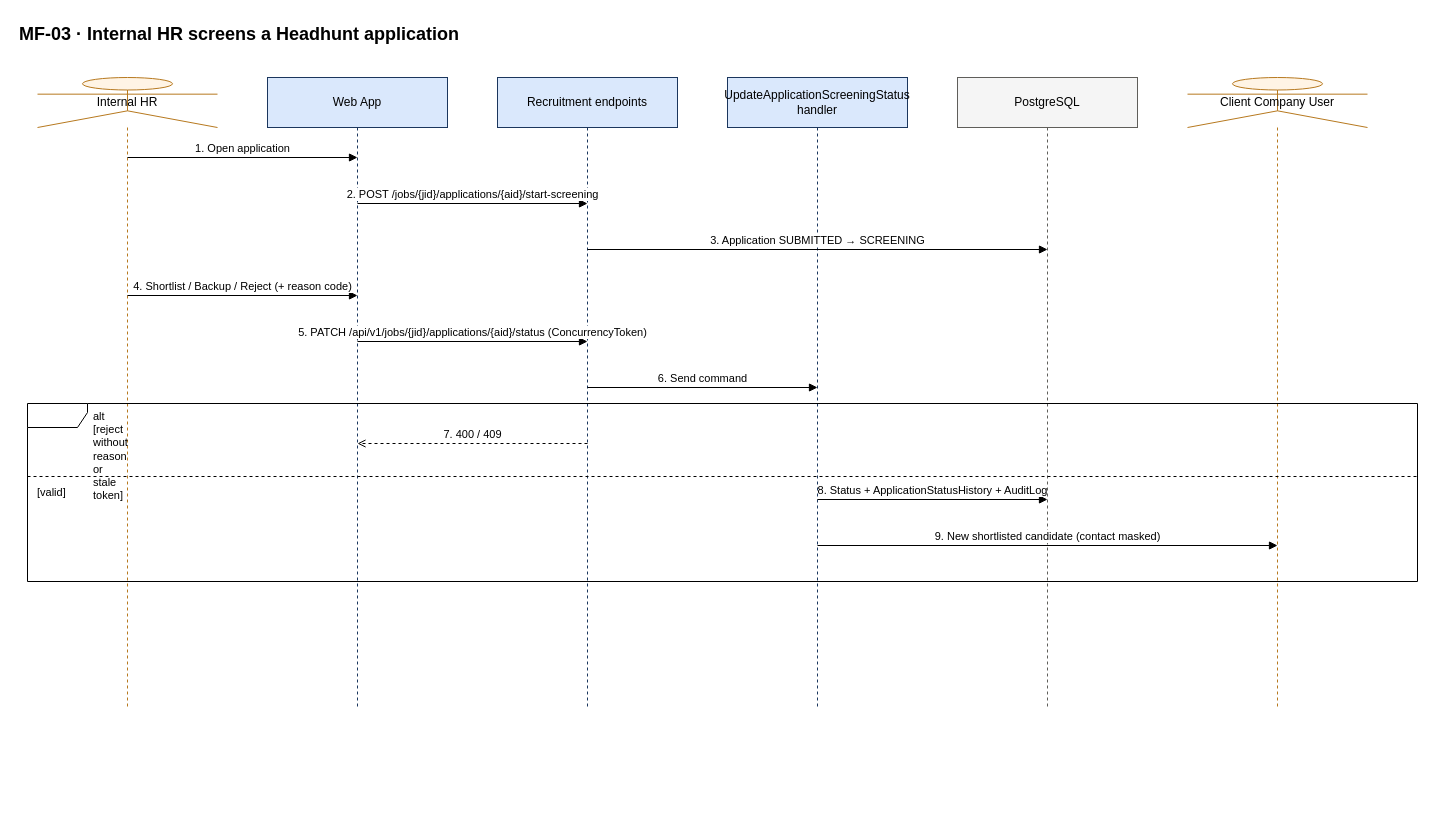
hoangqui794/hr-connect keeps this draw.io diagram as docs/diagrams/sequences/source/seq-mf03-hr-screening.drawio. Above is the earlier version. Source tidied: cells renumbered, new cells numbered last; positions are measured from the earlier drawing's top-left corner, leaving out a move shared by most shapes. Both pictures are drawn from the tidied source at 100%, with x=0, y=0 at pixel (17, 17).
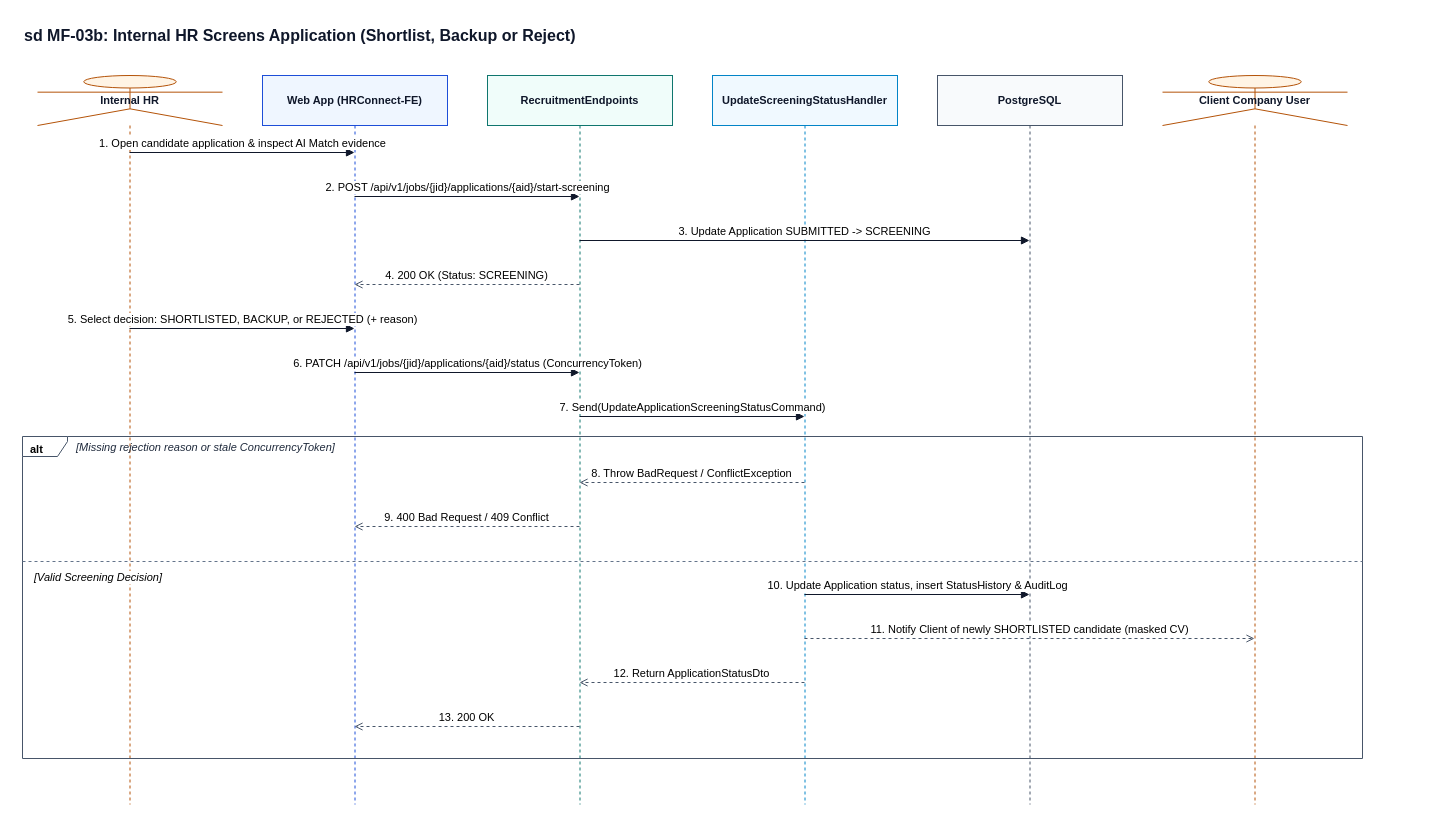
The same page after the edit.

Diff of the diagram source:
```diff
@@
-    <mxCell id="2" value="MF-03 · Internal HR screens a Headhunt application" style="text;html=1;fontSize=18;fontStyle=1;align=left;" parent="1" vertex="1">
-      <mxGeometry width="1420" height="30" as="geometry" />
+    <mxCell id="2" value="sd MF-03b: Internal HR Screens Application (Shortlist, Backup or Reject)" style="text;html=1;fontSize=16;fontStyle=1;align=left;fontFamily=Helvetica;fontColor=#0F172A;" parent="1" vertex="1">
+      <mxGeometry x="5" y="2" width="1350" height="28" as="geometry" />
     </mxCell>
-    <mxCell id="3" value="Internal HR" style="shape=umlLifeline;participant=umlActor;perimeter=lifelinePerimeter;whiteSpace=wrap;html=1;size=50;fillColor=#FFF4E5;strokeColor=#B7791F;" parent="1" vertex="1">
-      <mxGeometry x="20" y="60" width="180" height="632" as="geometry" />
+    <mxCell id="3" value="Internal HR" style="shape=umlLifeline;participant=umlActor;perimeter=lifelinePerimeter;whiteSpace=wrap;html=1;size=50;fillColor=#FFF4E5;strokeColor=#B45309;fontStyle=1;fontSize=11;fontFamily=Helvetica;fontColor=#0F172A;" parent="1" vertex="1">
+      <mxGeometry x="20" y="58" width="185" height="729" as="geometry" />
     </mxCell>
-    <mxCell id="4" value="Web App" style="shape=umlLifeline;perimeter=lifelinePerimeter;whiteSpace=wrap;html=1;size=50;fillColor=#DAE8FC;strokeColor=#1B365D;" parent="1" vertex="1">
-      <mxGeometry x="250" y="60" width="180" height="632" as="geometry" />
+    <mxCell id="4" value="Web App (HRConnect-FE)" style="shape=umlLifeline;perimeter=lifelinePerimeter;whiteSpace=wrap;html=1;size=50;fillColor=#EFF6FF;strokeColor=#1D4ED8;fontStyle=1;fontSize=11;fontFamily=Helvetica;fontColor=#0F172A;" parent="1" vertex="1">
+      <mxGeometry x="245" y="58" width="185" height="729" as="geometry" />
     </mxCell>
-    <mxCell id="5" value="Recruitment endpoints" style="shape=umlLifeline;perimeter=lifelinePerimeter;whiteSpace=wrap;html=1;size=50;fillColor=#DAE8FC;strokeColor=#1B365D;" parent="1" vertex="1">
-      <mxGeometry x="480" y="60" width="180" height="632" as="geometry" />
+    <mxCell id="5" value="RecruitmentEndpoints" style="shape=umlLifeline;perimeter=lifelinePerimeter;whiteSpace=wrap;html=1;size=50;fillColor=#F0FDFA;strokeColor=#0F766E;fontStyle=1;fontSize=11;fontFamily=Helvetica;fontColor=#0F172A;" parent="1" vertex="1">
+      <mxGeometry x="470" y="58" width="185" height="729" as="geometry" />
     </mxCell>
-    <mxCell id="6" value="UpdateApplicationScreeningStatus handler" style="shape=umlLifeline;perimeter=lifelinePerimeter;whiteSpace=wrap;html=1;size=50;fillColor=#DAE8FC;strokeColor=#1B365D;" parent="1" vertex="1">
-      <mxGeometry x="710" y="60" width="180" height="632" as="geometry" />
+    <mxCell id="6" value="UpdateScreeningStatusHandler" style="shape=umlLifeline;perimeter=lifelinePerimeter;whiteSpace=wrap;html=1;size=50;fillColor=#F0F9FF;strokeColor=#0284C7;fontStyle=1;fontSize=11;fontFamily=Helvetica;fontColor=#0F172A;" parent="1" vertex="1">
+      <mxGeometry x="695" y="58" width="185" height="729" as="geometry" />
     </mxCell>
-    <mxCell id="7" value="PostgreSQL" style="shape=umlLifeline;perimeter=lifelinePerimeter;whiteSpace=wrap;html=1;size=50;fillColor=#F5F5F5;strokeColor=#5F5E5A;" parent="1" vertex="1">
-      <mxGeometry x="940" y="60" width="180" height="632" as="geometry" />
+    <mxCell id="7" value="PostgreSQL" style="shape=umlLifeline;perimeter=lifelinePerimeter;whiteSpace=wrap;html=1;size=50;fillColor=#F8FAFC;strokeColor=#475569;fontStyle=1;fontSize=11;fontFamily=Helvetica;fontColor=#0F172A;" parent="1" vertex="1">
+      <mxGeometry x="920" y="58" width="185" height="729" as="geometry" />
     </mxCell>
-    <mxCell id="8" value="Client Company User" style="shape=umlLifeline;participant=umlActor;perimeter=lifelinePerimeter;whiteSpace=wrap;html=1;size=50;fillColor=#FFF4E5;strokeColor=#B7791F;" parent="1" vertex="1">
-      <mxGeometry x="1170" y="60" width="180" height="632" as="geometry" />
+    <mxCell id="8" value="Client Company User" style="shape=umlLifeline;participant=umlActor;perimeter=lifelinePerimeter;whiteSpace=wrap;html=1;size=50;fillColor=#FFF4E5;strokeColor=#B45309;fontStyle=1;fontSize=11;fontFamily=Helvetica;fontColor=#0F172A;" parent="1" vertex="1">
+      <mxGeometry x="1145" y="58" width="185" height="729" as="geometry" />
     </mxCell>
-    <mxCell id="9" value="1. Open application" style="html=1;verticalAlign=bottom;endArrow=block;endFill=1;fontSize=11;labelBackgroundColor=#FFFFFF;" parent="1" edge="1">
-      <mxGeometry relative="1" as="geometry">
-        <mxPoint x="110" y="140" as="sourcePoint" />
-        <mxPoint x="340" y="140" as="targetPoint" />
-      </mxGeometry>
-    </mxCell>
-    <mxCell id="10" value="2. POST /jobs/{jid}/applications/{aid}/start-screening" style="html=1;verticalAlign=bottom;endArrow=block;endFill=1;fontSize=11;labelBackgroundColor=#FFFFFF;" parent="1" edge="1">
-      <mxGeometry relative="1" as="geometry">
-        <mxPoint x="340" y="186" as="sourcePoint" />
-        <mxPoint x="570" y="186" as="targetPoint" />
-      </mxGeometry>
-    </mxCell>
-    <mxCell id="11" value="3. Application SUBMITTED → SCREENING" style="html=1;verticalAlign=bottom;endArrow=block;endFill=1;fontSize=11;labelBackgroundColor=#FFFFFF;" parent="1" edge="1">
-      <mxGeometry relative="1" as="geometry">
-        <mxPoint x="570" y="232" as="sourcePoint" />
-        <mxPoint x="1030" y="232" as="targetPoint" />
-      </mxGeometry>
-    </mxCell>
-    <mxCell id="12" value="4. Shortlist / Backup / Reject (+ reason code)" style="html=1;verticalAlign=bottom;endArrow=block;endFill=1;fontSize=11;labelBackgroundColor=#FFFFFF;" parent="1" edge="1">
-      <mxGeometry relative="1" as="geometry">
-        <mxPoint x="110" y="278" as="sourcePoint" />
-        <mxPoint x="340" y="278" as="targetPoint" />
-      </mxGeometry>
-    </mxCell>
-    <mxCell id="13" value="5. PATCH /api/v1/jobs/{jid}/applications/{aid}/status (ConcurrencyToken)" style="html=1;verticalAlign=bottom;endArrow=block;endFill=1;fontSize=11;labelBackgroundColor=#FFFFFF;" parent="1" edge="1">
-      <mxGeometry relative="1" as="geometry">
-        <mxPoint x="340" y="324" as="sourcePoint" />
-        <mxPoint x="570" y="324" as="targetPoint" />
-      </mxGeometry>
-    </mxCell>
-    <mxCell id="14" value="6. Send command" style="html=1;verticalAlign=bottom;endArrow=block;endFill=1;fontSize=11;labelBackgroundColor=#FFFFFF;" parent="1" edge="1">
-      <mxGeometry relative="1" as="geometry">
-        <mxPoint x="570" y="370" as="sourcePoint" />
-        <mxPoint x="800" y="370" as="targetPoint" />
-      </mxGeometry>
-    </mxCell>
-    <mxCell id="15" value="7. 400 / 409" style="html=1;verticalAlign=bottom;dashed=1;endArrow=open;fontSize=11;labelBackgroundColor=#FFFFFF;" parent="1" edge="1">
-      <mxGeometry relative="1" as="geometry">
-        <mxPoint x="570" y="426" as="sourcePoint" />
-        <mxPoint x="340" y="426" as="targetPoint" />
-      </mxGeometry>
-    </mxCell>
-    <mxCell id="16" value="8. Status + ApplicationStatusHistory + AuditLog" style="html=1;verticalAlign=bottom;endArrow=block;endFill=1;fontSize=11;labelBackgroundColor=#FFFFFF;" parent="1" edge="1">
-      <mxGeometry relative="1" as="geometry">
-        <mxPoint x="800" y="482" as="sourcePoint" />
-        <mxPoint x="1030" y="482" as="targetPoint" />
-      </mxGeometry>
-    </mxCell>
-    <mxCell id="17" value="9. New shortlisted candidate (contact masked)" style="html=1;verticalAlign=bottom;endArrow=block;endFill=1;fontSize=11;labelBackgroundColor=#FFFFFF;" parent="1" edge="1">
-      <mxGeometry relative="1" as="geometry">
-        <mxPoint x="800" y="528" as="sourcePoint" />
-        <mxPoint x="1260" y="528" as="targetPoint" />
-      </mxGeometry>
-    </mxCell>
-    <mxCell id="18" value="alt [reject without reason or stale token]" style="shape=umlFrame;whiteSpace=wrap;html=1;width=60;height=24;boundedLbl=1;verticalAlign=top;align=left;spacingLeft=64;fontSize=11;fillColor=none;" parent="1" vertex="1">
-      <mxGeometry x="10" y="386" width="1390" height="178" as="geometry" />
-    </mxCell>
-    <mxCell id="19" value="[valid]" style="line;strokeWidth=1;dashed=1;html=1;align=left;verticalAlign=top;spacingLeft=8;labelPosition=center;fontSize=11;fillColor=none;" parent="1" vertex="1">
-      <mxGeometry x="10" y="454" width="1390" height="10" as="geometry" />
-    </mxCell>
+    <mxCell id="20" value="alt" style="shape=umlFrame;whiteSpace=wrap;html=1;width=45;height=20;boundedLbl=1;verticalAlign=top;align=left;spacingLeft=6;fontStyle=1;fontSize=11;fontFamily=Helvetica;fillColor=none;strokeColor=#475569;" parent="1" vertex="1">
+      <mxGeometry x="5" y="419" width="1340" height="322" as="geometry" />
+    </mxCell>
+    <mxCell id="21" value="[Missing rejection reason or stale ConcurrencyToken]" style="text;html=1;align=left;verticalAlign=middle;fontStyle=2;fontSize=11;fontFamily=Helvetica;fontColor=#1E293B;" parent="1" vertex="1">
+      <mxGeometry x="57" y="420" width="450" height="20" as="geometry" />
+    </mxCell>
+    <mxCell id="22" value="[Valid Screening Decision]" style="line;strokeWidth=1;dashed=1;html=1;align=left;verticalAlign=top;spacingLeft=10;labelPosition=center;fontStyle=2;fontSize=11;fontFamily=Helvetica;fillColor=none;strokeColor=#64748B;labelBackgroundColor=#FFFFFF;" parent="1" vertex="1">
+      <mxGeometry x="5" y="539" width="1340" height="10" as="geometry" />
+    </mxCell>
+    <mxCell id="23" value="1. Open candidate application &amp; inspect AI Match evidence" style="html=1;verticalAlign=bottom;endArrow=block;endFill=1;strokeColor=#0F172A;fontSize=11;fontFamily=Helvetica;labelBackgroundColor=#FFFFFF;" parent="1" edge="1">
+      <mxGeometry relative="1" as="geometry">
+        <mxPoint x="112" y="135" as="sourcePoint" />
+        <mxPoint x="337" y="135" as="targetPoint" />
+      </mxGeometry>
+    </mxCell>
+    <mxCell id="24" value="2. POST /api/v1/jobs/{jid}/applications/{aid}/start-screening" style="html=1;verticalAlign=bottom;endArrow=block;endFill=1;strokeColor=#0F172A;fontSize=11;fontFamily=Helvetica;labelBackgroundColor=#FFFFFF;" parent="1" edge="1">
+      <mxGeometry relative="1" as="geometry">
+        <mxPoint x="337" y="179" as="sourcePoint" />
+        <mxPoint x="562" y="179" as="targetPoint" />
+      </mxGeometry>
+    </mxCell>
+    <mxCell id="25" value="3. Update Application SUBMITTED -&gt; SCREENING" style="html=1;verticalAlign=bottom;endArrow=block;endFill=1;strokeColor=#0F172A;fontSize=11;fontFamily=Helvetica;labelBackgroundColor=#FFFFFF;" parent="1" edge="1">
+      <mxGeometry relative="1" as="geometry">
+        <mxPoint x="562" y="223" as="sourcePoint" />
+        <mxPoint x="1012" y="223" as="targetPoint" />
+      </mxGeometry>
+    </mxCell>
+    <mxCell id="26" value="4. 200 OK (Status: SCREENING)" style="html=1;verticalAlign=bottom;dashed=1;endArrow=open;endFill=0;strokeColor=#475569;fontSize=11;fontFamily=Helvetica;labelBackgroundColor=#FFFFFF;" parent="1" edge="1">
+      <mxGeometry relative="1" as="geometry">
+        <mxPoint x="562" y="267" as="sourcePoint" />
+        <mxPoint x="337" y="267" as="targetPoint" />
+      </mxGeometry>
+    </mxCell>
+    <mxCell id="27" value="5. Select decision: SHORTLISTED, BACKUP, or REJECTED (+ reason)" style="html=1;verticalAlign=bottom;endArrow=block;endFill=1;strokeColor=#0F172A;fontSize=11;fontFamily=Helvetica;labelBackgroundColor=#FFFFFF;" parent="1" edge="1">
+      <mxGeometry relative="1" as="geometry">
+        <mxPoint x="112" y="311" as="sourcePoint" />
+        <mxPoint x="337" y="311" as="targetPoint" />
+      </mxGeometry>
+    </mxCell>
+    <mxCell id="28" value="6. PATCH /api/v1/jobs/{jid}/applications/{aid}/status (ConcurrencyToken)" style="html=1;verticalAlign=bottom;endArrow=block;endFill=1;strokeColor=#0F172A;fontSize=11;fontFamily=Helvetica;labelBackgroundColor=#FFFFFF;" parent="1" edge="1">
+      <mxGeometry relative="1" as="geometry">
+        <mxPoint x="337" y="355" as="sourcePoint" />
+        <mxPoint x="562" y="355" as="targetPoint" />
+      </mxGeometry>
+    </mxCell>
+    <mxCell id="29" value="7. Send(UpdateApplicationScreeningStatusCommand)" style="html=1;verticalAlign=bottom;endArrow=block;endFill=1;strokeColor=#0F172A;fontSize=11;fontFamily=Helvetica;labelBackgroundColor=#FFFFFF;" parent="1" edge="1">
+      <mxGeometry relative="1" as="geometry">
+        <mxPoint x="562" y="399" as="sourcePoint" />
+        <mxPoint x="787" y="399" as="targetPoint" />
+      </mxGeometry>
+    </mxCell>
+    <mxCell id="30" value="8. Throw BadRequest / ConflictException" style="html=1;verticalAlign=bottom;dashed=1;endArrow=open;endFill=0;strokeColor=#475569;fontSize=11;fontFamily=Helvetica;labelBackgroundColor=#FFFFFF;" parent="1" edge="1">
+      <mxGeometry relative="1" as="geometry">
+        <mxPoint x="787" y="465" as="sourcePoint" />
+        <mxPoint x="562" y="465" as="targetPoint" />
+      </mxGeometry>
+    </mxCell>
+    <mxCell id="31" value="9. 400 Bad Request / 409 Conflict" style="html=1;verticalAlign=bottom;dashed=1;endArrow=open;endFill=0;strokeColor=#475569;fontSize=11;fontFamily=Helvetica;labelBackgroundColor=#FFFFFF;" parent="1" edge="1">
+      <mxGeometry relative="1" as="geometry">
+        <mxPoint x="562" y="509" as="sourcePoint" />
+        <mxPoint x="337" y="509" as="targetPoint" />
+      </mxGeometry>
+    </mxCell>
+    <mxCell id="32" value="10. Update Application status, insert StatusHistory &amp; AuditLog" style="html=1;verticalAlign=bottom;endArrow=block;endFill=1;strokeColor=#0F172A;fontSize=11;fontFamily=Helvetica;labelBackgroundColor=#FFFFFF;" parent="1" edge="1">
+      <mxGeometry relative="1" as="geometry">
+        <mxPoint x="787" y="577" as="sourcePoint" />
+        <mxPoint x="1012" y="577" as="targetPoint" />
+      </mxGeometry>
+    </mxCell>
+    <mxCell id="33" value="11. Notify Client of newly SHORTLISTED candidate (masked CV)" style="html=1;verticalAlign=bottom;dashed=1;endArrow=open;endFill=0;strokeColor=#475569;fontSize=11;fontFamily=Helvetica;labelBackgroundColor=#FFFFFF;" parent="1" edge="1">
+      <mxGeometry relative="1" as="geometry">
+        <mxPoint x="787" y="621" as="sourcePoint" />
+        <mxPoint x="1237" y="621" as="targetPoint" />
+      </mxGeometry>
+    </mxCell>
+    <mxCell id="34" value="12. Return ApplicationStatusDto" style="html=1;verticalAlign=bottom;dashed=1;endArrow=open;endFill=0;strokeColor=#475569;fontSize=11;fontFamily=Helvetica;labelBackgroundColor=#FFFFFF;" parent="1" edge="1">
+      <mxGeometry relative="1" as="geometry">
+        <mxPoint x="787" y="665" as="sourcePoint" />
+        <mxPoint x="562" y="665" as="targetPoint" />
+      </mxGeometry>
+    </mxCell>
+    <mxCell id="35" value="13. 200 OK" style="html=1;verticalAlign=bottom;dashed=1;endArrow=open;endFill=0;strokeColor=#475569;fontSize=11;fontFamily=Helvetica;labelBackgroundColor=#FFFFFF;" parent="1" edge="1">
+      <mxGeometry relative="1" as="geometry">
+        <mxPoint x="562" y="709" as="sourcePoint" />
+        <mxPoint x="337" y="709" as="targetPoint" />
+      </mxGeometry>
+    </mxCell>
```
